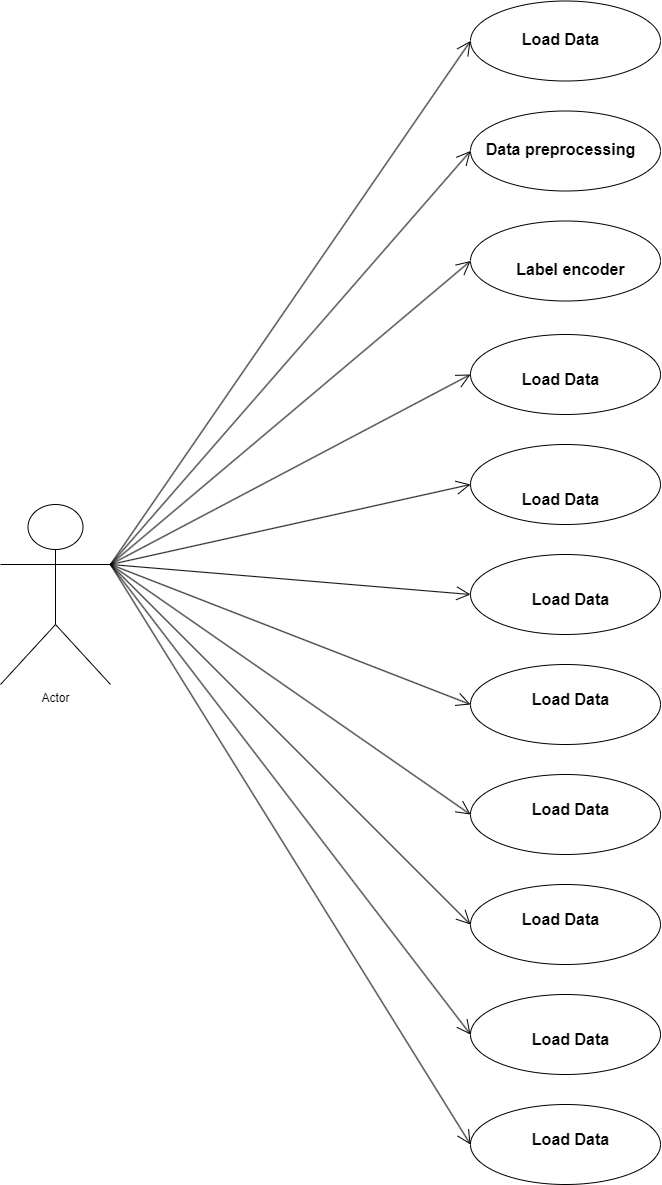
Before: Untitled Diagram.drawio.png, a diagram exported from draw.io (rakeshkandhi/rakeshkandhi). Source tidied: cells renumbered, new cells last; positions are measured from the earlier drawing's top-left corner, leaving out a move shared by most shapes.
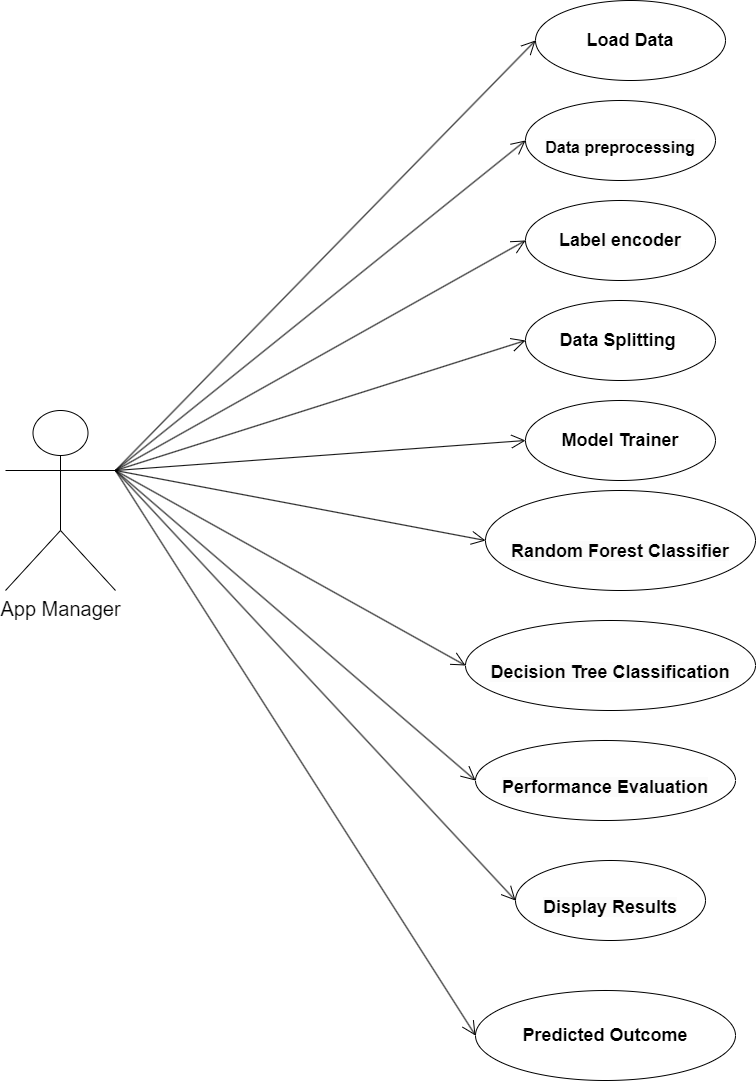
After the commit.

The edit, as a diff of the source:
```diff
@@ -2,48 +2,39 @@
   <root>
     <mxCell id="0" />
     <mxCell id="1" parent="0" />
-    <mxCell id="2" style="ellipse;whiteSpace=wrap;html=1;" parent="1" vertex="1">
-      <mxGeometry x="470" y="334" width="190" height="80" as="geometry" />
-    </mxCell>
-    <mxCell id="3" style="ellipse;whiteSpace=wrap;html=1;" parent="1" vertex="1">
-      <mxGeometry x="470" y="444" width="190" height="80" as="geometry" />
+    <mxCell id="3" value="&lt;font style=&quot;font-size: 18px;&quot;&gt;&lt;b&gt;Data Splitting&amp;nbsp;&lt;/b&gt;&lt;/font&gt;" style="ellipse;whiteSpace=wrap;html=1;" parent="1" vertex="1">
+      <mxGeometry x="480" y="64" width="190" height="80" as="geometry" />
     </mxCell>
-    <mxCell id="4" style="ellipse;whiteSpace=wrap;html=1;" parent="1" vertex="1">
-      <mxGeometry x="470" y="554" width="190" height="80" as="geometry" />
+    <mxCell id="4" value="&lt;font style=&quot;font-size: 18px;&quot;&gt;&lt;b&gt;Model Trainer&lt;/b&gt;&lt;/font&gt;" style="ellipse;whiteSpace=wrap;html=1;" parent="1" vertex="1">
+      <mxGeometry x="480" y="164" width="190" height="80" as="geometry" />
     </mxCell>
-    <mxCell id="5" style="ellipse;whiteSpace=wrap;html=1;" parent="1" vertex="1">
-      <mxGeometry x="470" y="664" width="190" height="80" as="geometry" />
+    <mxCell id="5" value="&lt;br&gt;&lt;span style=&quot;color: rgb(0, 0, 0); font-family: Helvetica; font-size: 18px; font-style: normal; font-variant-ligatures: normal; font-variant-caps: normal; letter-spacing: normal; orphans: 2; text-align: center; text-indent: 0px; text-transform: none; widows: 2; word-spacing: 0px; -webkit-text-stroke-width: 0px; background-color: rgb(251, 251, 251); text-decoration-thickness: initial; text-decoration-style: initial; text-decoration-color: initial; float: none; display: inline !important;&quot;&gt;Random Forest Classifier&lt;/span&gt;" style="ellipse;whiteSpace=wrap;html=1;fontSize=18;fontStyle=1;horizontal=1;verticalAlign=middle;" parent="1" vertex="1">
+      <mxGeometry x="440" y="254" width="270" height="100" as="geometry" />
     </mxCell>
-    <mxCell id="6" style="ellipse;whiteSpace=wrap;html=1;" parent="1" vertex="1">
-      <mxGeometry x="470" y="0.5" width="190" height="80" as="geometry" />
+    <mxCell id="6" value="&lt;b&gt;&lt;font style=&quot;font-size: 18px;&quot;&gt;Load Data&lt;/font&gt;&lt;/b&gt;" style="ellipse;whiteSpace=wrap;html=1;" parent="1" vertex="1">
+      <mxGeometry x="490" y="-236" width="190" height="80" as="geometry" />
     </mxCell>
-    <mxCell id="7" style="ellipse;whiteSpace=wrap;html=1;" parent="1" vertex="1">
-      <mxGeometry x="470" y="110.5" width="190" height="80" as="geometry" />
+    <mxCell id="7" value="&lt;br&gt;&lt;span style=&quot;color: rgb(0, 0, 0); font-family: Helvetica; font-size: 16px; font-style: normal; font-variant-ligatures: normal; font-variant-caps: normal; font-weight: 700; letter-spacing: normal; orphans: 2; text-align: center; text-indent: 0px; text-transform: none; widows: 2; word-spacing: 0px; -webkit-text-stroke-width: 0px; background-color: rgb(251, 251, 251); text-decoration-thickness: initial; text-decoration-style: initial; text-decoration-color: initial; float: none; display: inline !important;&quot;&gt;Data preprocessing&lt;/span&gt;" style="ellipse;whiteSpace=wrap;html=1;" parent="1" vertex="1">
+      <mxGeometry x="480" y="-136" width="190" height="80" as="geometry" />
     </mxCell>
-    <mxCell id="8" style="ellipse;whiteSpace=wrap;html=1;" parent="1" vertex="1">
-      <mxGeometry x="470" y="220.5" width="190" height="80" as="geometry" />
+    <mxCell id="8" value="&lt;span style=&quot;color: rgb(0, 0, 0); font-family: Helvetica; font-style: normal; font-variant-ligatures: normal; font-variant-caps: normal; font-weight: 700; letter-spacing: normal; orphans: 2; text-align: center; text-indent: 0px; text-transform: none; widows: 2; word-spacing: 0px; -webkit-text-stroke-width: 0px; background-color: rgb(251, 251, 251); text-decoration-thickness: initial; text-decoration-style: initial; text-decoration-color: initial; float: none; display: inline !important;&quot;&gt;&lt;font style=&quot;font-size: 18px;&quot;&gt;Label encoder&lt;/font&gt;&lt;/span&gt;" style="ellipse;whiteSpace=wrap;html=1;" parent="1" vertex="1">
+      <mxGeometry x="480" y="-36" width="190" height="80" as="geometry" />
     </mxCell>
-    <mxCell id="9" style="ellipse;whiteSpace=wrap;html=1;" parent="1" vertex="1">
-      <mxGeometry x="470" y="774" width="190" height="80" as="geometry" />
+    <mxCell id="9" value="&lt;br&gt;&lt;span style=&quot;color: rgb(0, 0, 0); font-family: Helvetica; font-size: 18px; font-style: normal; font-variant-ligatures: normal; font-variant-caps: normal; font-weight: 700; letter-spacing: normal; orphans: 2; text-align: center; text-indent: 0px; text-transform: none; widows: 2; word-spacing: 0px; -webkit-text-stroke-width: 0px; background-color: rgb(251, 251, 251); text-decoration-thickness: initial; text-decoration-style: initial; text-decoration-color: initial; float: none; display: inline !important;&quot;&gt;Decision Tree Classification&lt;/span&gt;" style="ellipse;whiteSpace=wrap;html=1;" parent="1" vertex="1">
+      <mxGeometry x="420" y="384" width="290" height="90" as="geometry" />
     </mxCell>
-    <mxCell id="10" style="ellipse;whiteSpace=wrap;html=1;" parent="1" vertex="1">
-      <mxGeometry x="470" y="884" width="190" height="80" as="geometry" />
+    <mxCell id="10" value="&lt;br&gt;&lt;span style=&quot;color: rgb(0, 0, 0); font-family: Helvetica; font-size: 18px; font-style: normal; font-variant-ligatures: normal; font-variant-caps: normal; font-weight: 700; letter-spacing: normal; orphans: 2; text-align: center; text-indent: 0px; text-transform: none; widows: 2; word-spacing: 0px; -webkit-text-stroke-width: 0px; background-color: rgb(251, 251, 251); text-decoration-thickness: initial; text-decoration-style: initial; text-decoration-color: initial; float: none; display: inline !important;&quot;&gt;Performance Evaluation&lt;/span&gt;" style="ellipse;whiteSpace=wrap;html=1;" parent="1" vertex="1">
+      <mxGeometry x="430" y="504" width="260" height="80" as="geometry" />
     </mxCell>
-    <mxCell id="11" style="ellipse;whiteSpace=wrap;html=1;" parent="1" vertex="1">
-      <mxGeometry x="470" y="994" width="190" height="80" as="geometry" />
+    <mxCell id="11" value="&lt;br&gt;&lt;span style=&quot;color: rgb(0, 0, 0); font-family: Helvetica; font-size: 18px; font-style: normal; font-variant-ligatures: normal; font-variant-caps: normal; font-weight: 700; letter-spacing: normal; orphans: 2; text-align: center; text-indent: 0px; text-transform: none; widows: 2; word-spacing: 0px; -webkit-text-stroke-width: 0px; background-color: rgb(251, 251, 251); text-decoration-thickness: initial; text-decoration-style: initial; text-decoration-color: initial; float: none; display: inline !important;&quot;&gt;Display Results&lt;/span&gt;" style="ellipse;whiteSpace=wrap;html=1;" parent="1" vertex="1">
+      <mxGeometry x="470" y="624" width="190" height="80" as="geometry" />
     </mxCell>
-    <mxCell id="12" style="ellipse;whiteSpace=wrap;html=1;" parent="1" vertex="1">
-      <mxGeometry x="470" y="1104" width="190" height="80" as="geometry" />
-    </mxCell>
-    <mxCell id="13" value="Actor" style="shape=umlActor;verticalLabelPosition=bottom;verticalAlign=top;html=1;" parent="1" vertex="1">
-      <mxGeometry y="504" width="110" height="180" as="geometry" />
+    <mxCell id="13" value="&lt;font style=&quot;font-size: 20px;&quot;&gt;App Manager&lt;/font&gt;" style="shape=umlActor;verticalLabelPosition=bottom;verticalAlign=top;html=1;" parent="1" vertex="1">
+      <mxGeometry x="-40" y="174" width="110" height="180" as="geometry" />
     </mxCell>
     <mxCell id="14" style="endArrow=open;endFill=1;endSize=12;html=1;rounded=0;exitX=1;exitY=0.3333333333333333;exitDx=0;exitDy=0;exitPerimeter=0;entryX=0;entryY=0.5;entryDx=0;entryDy=0;" parent="1" edge="1" source="13" target="10">
       <mxGeometry relative="1" as="geometry" />
     </mxCell>
-    <mxCell id="15" style="endArrow=open;endFill=1;endSize=12;html=1;rounded=0;exitX=1;exitY=0.3333333333333333;exitDx=0;exitDy=0;exitPerimeter=0;entryX=0;entryY=0.5;entryDx=0;entryDy=0;" parent="1" edge="1" source="13" target="12">
-      <mxGeometry relative="1" as="geometry" />
-    </mxCell>
     <mxCell id="16" style="endArrow=open;endFill=1;endSize=12;html=1;rounded=0;exitX=1;exitY=0.3333333333333333;exitDx=0;exitDy=0;exitPerimeter=0;entryX=0;entryY=0.5;entryDx=0;entryDy=0;" parent="1" edge="1" source="13" target="11">
       <mxGeometry relative="1" as="geometry" />
     </mxCell>
@@ -56,9 +47,6 @@
     <mxCell id="19" style="endArrow=open;endFill=1;endSize=12;html=1;rounded=0;exitX=1;exitY=0.3333333333333333;exitDx=0;exitDy=0;exitPerimeter=0;entryX=0;entryY=0.5;entryDx=0;entryDy=0;" parent="1" edge="1" source="13" target="4">
       <mxGeometry relative="1" as="geometry" />
     </mxCell>
-    <mxCell id="20" style="endArrow=open;endFill=1;endSize=12;html=1;rounded=0;exitX=1;exitY=0.3333333333333333;exitDx=0;exitDy=0;exitPerimeter=0;entryX=0;entryY=0.5;entryDx=0;entryDy=0;" parent="1" edge="1" source="13" target="2">
-      <mxGeometry relative="1" as="geometry" />
-    </mxCell>
     <mxCell id="21" style="endArrow=open;endFill=1;endSize=12;html=1;rounded=0;exitX=1;exitY=0.3333333333333333;exitDx=0;exitDy=0;exitPerimeter=0;entryX=0;entryY=0.5;entryDx=0;entryDy=0;" parent="1" edge="1" source="13" target="3">
       <mxGeometry relative="1" as="geometry" />
     </mxCell>
@@ -71,38 +59,11 @@
     <mxCell id="24" style="endArrow=open;endFill=1;endSize=12;html=1;rounded=0;exitX=1;exitY=0.3333333333333333;exitDx=0;exitDy=0;exitPerimeter=0;entryX=0;entryY=0.5;entryDx=0;entryDy=0;" parent="1" edge="1" source="13" target="6">
       <mxGeometry relative="1" as="geometry" />
     </mxCell>
-    <mxCell id="25" value="&lt;font color=&quot;#000000&quot; style=&quot;font-size: 16px;&quot;&gt;Load Data&lt;/font&gt;" style="fillColor=none;strokeColor=none;html=1;fontSize=16;fontStyle=0;align=center;fontColor=#596780;fontStyle=1;fontSize=11;" parent="1" vertex="1">
-      <mxGeometry x="520" y="14" width="80" height="50" as="geometry" />
-    </mxCell>
-    <mxCell id="26" value="&lt;font color=&quot;#000000&quot; style=&quot;font-size: 16px;&quot;&gt;Data preprocessing&lt;/font&gt;" style="fillColor=none;strokeColor=none;html=1;fontSize=16;fontStyle=0;align=center;fontColor=#596780;fontStyle=1;fontSize=11;" parent="1" vertex="1">
-      <mxGeometry x="520" y="124" width="80" height="50" as="geometry" />
-    </mxCell>
-    <mxCell id="27" value="&lt;font color=&quot;#000000&quot; style=&quot;font-size: 16px;&quot;&gt;Load Data&lt;/font&gt;" style="fillColor=none;strokeColor=none;html=1;fontSize=16;fontStyle=0;align=center;fontColor=#596780;fontStyle=1;fontSize=11;" parent="1" vertex="1">
-      <mxGeometry x="520" y="354" width="80" height="50" as="geometry" />
-    </mxCell>
-    <mxCell id="28" value="&lt;font color=&quot;#000000&quot; style=&quot;font-size: 16px;&quot;&gt;Load Data&lt;/font&gt;" style="fillColor=none;strokeColor=none;html=1;fontSize=16;fontStyle=0;align=center;fontColor=#596780;fontStyle=1;fontSize=11;" parent="1" vertex="1">
-      <mxGeometry x="530" y="574" width="80" height="50" as="geometry" />
-    </mxCell>
-    <mxCell id="29" value="&lt;font color=&quot;#000000&quot; style=&quot;font-size: 16px;&quot;&gt;Load Data&lt;/font&gt;" style="fillColor=none;strokeColor=none;html=1;fontSize=16;fontStyle=0;align=center;fontColor=#596780;fontStyle=1;fontSize=11;" parent="1" vertex="1">
-      <mxGeometry x="520" y="474" width="80" height="50" as="geometry" />
-    </mxCell>
-    <mxCell id="30" value="&lt;font color=&quot;#000000&quot; style=&quot;font-size: 16px;&quot;&gt;Load Data&lt;/font&gt;" style="fillColor=none;strokeColor=none;html=1;fontSize=16;fontStyle=0;align=center;fontColor=#596780;fontStyle=1;fontSize=11;" parent="1" vertex="1">
-      <mxGeometry x="520" y="894" width="80" height="50" as="geometry" />
-    </mxCell>
-    <mxCell id="31" value="&lt;font color=&quot;#000000&quot; style=&quot;font-size: 16px;&quot;&gt;Load Data&lt;/font&gt;" style="fillColor=none;strokeColor=none;html=1;fontSize=16;fontStyle=0;align=center;fontColor=#596780;fontStyle=1;fontSize=11;" parent="1" vertex="1">
-      <mxGeometry x="530" y="784" width="80" height="50" as="geometry" />
-    </mxCell>
-    <mxCell id="32" value="&lt;font color=&quot;#000000&quot; style=&quot;font-size: 16px;&quot;&gt;Load Data&lt;/font&gt;" style="fillColor=none;strokeColor=none;html=1;fontSize=16;fontStyle=0;align=center;fontColor=#596780;fontStyle=1;fontSize=11;" parent="1" vertex="1">
-      <mxGeometry x="530" y="674" width="80" height="50" as="geometry" />
-    </mxCell>
-    <mxCell id="33" value="&lt;font color=&quot;#000000&quot; style=&quot;font-size: 16px;&quot;&gt;Load Data&lt;/font&gt;" style="fillColor=none;strokeColor=none;html=1;fontSize=16;fontStyle=0;align=center;fontColor=#596780;fontStyle=1;fontSize=11;" parent="1" vertex="1">
-      <mxGeometry x="530" y="1014" width="80" height="50" as="geometry" />
-    </mxCell>
-    <mxCell id="34" value="&lt;font color=&quot;#000000&quot; style=&quot;font-size: 16px;&quot;&gt;Load Data&lt;/font&gt;" style="fillColor=none;strokeColor=none;html=1;fontSize=16;fontStyle=0;align=center;fontColor=#596780;fontStyle=1;fontSize=11;" parent="1" vertex="1">
-      <mxGeometry x="530" y="1114" width="80" height="50" as="geometry" />
-    </mxCell>
-    <mxCell id="35" value="&lt;font color=&quot;#000000&quot;&gt;&lt;span style=&quot;font-size: 16px;&quot;&gt;Label encoder&lt;/span&gt;&lt;/font&gt;" style="fillColor=none;strokeColor=none;html=1;fontSize=16;fontStyle=0;align=center;fontColor=#596780;fontStyle=1;fontSize=11;" parent="1" vertex="1">
-      <mxGeometry x="530" y="244" width="80" height="50" as="geometry" />
-    </mxCell>
+    <mxCell id="36" value="&lt;b style=&quot;font-size: 18px;&quot;&gt;&lt;font style=&quot;font-size: 18px;&quot;&gt;Predicted Outcome&lt;/font&gt;&lt;/b&gt;" style="ellipse;html=1;whiteSpace=wrap;fontSize=18;" parent="1" vertex="1">
+      <mxGeometry x="430" y="754" width="260" height="90" as="geometry" />
+    </mxCell>
+    <mxCell id="37" style="endArrow=open;endFill=1;endSize=12;html=1;rounded=0;entryX=0;entryY=0.5;entryDx=0;entryDy=0;exitX=1;exitY=0.3333333333333333;exitDx=0;exitDy=0;exitPerimeter=0;" parent="1" edge="1" source="13" target="36">
+      <mxGeometry relative="1" as="geometry" />
+    </mxCell>
   </root>
 </mxGraphModel>
```
